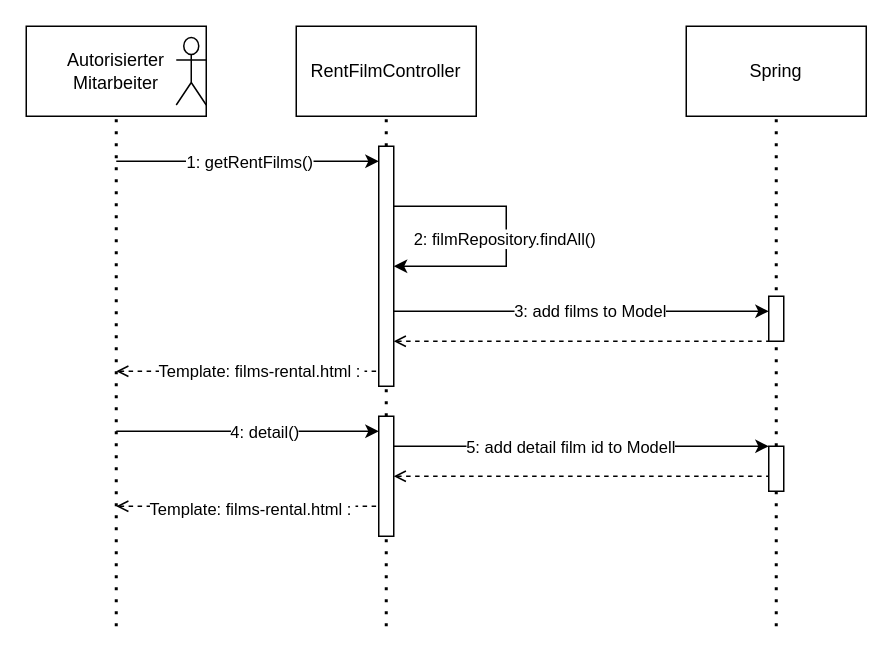
This is src/main/asciidoc/models/design/Verwaltungssystem/verwaltung_sequenz_verleih.drawio from Leonard0108/Anwendungsprogrammierung, a draw.io file, before an edit. Source tidied: cells renumbered, new cells numbered last; positions are measured from the earlier drawing's top-left corner, leaving out a move shared by most shapes. Both pictures are drawn from the tidied source at 150%, with x=0, y=0 at pixel (26, 26).
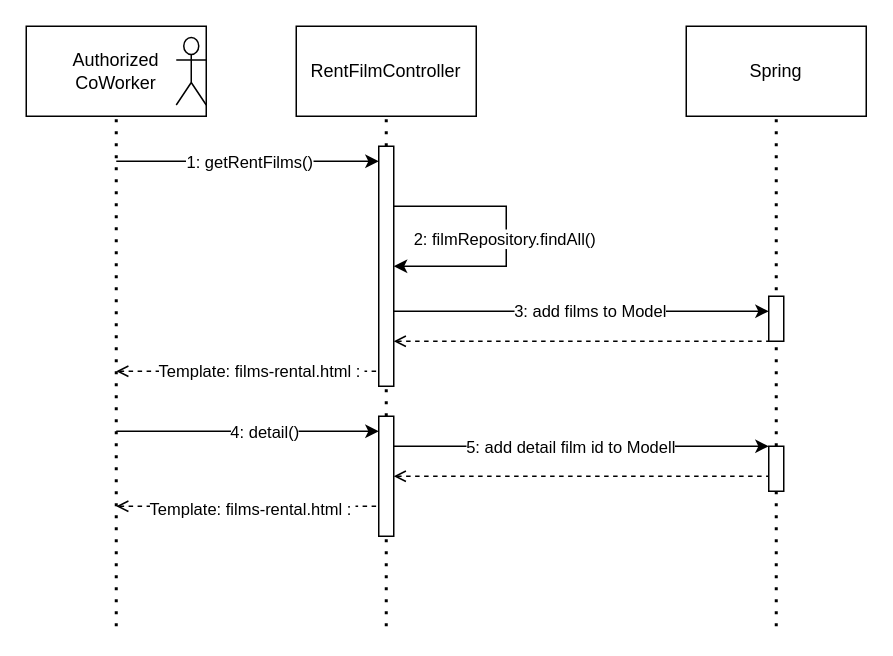
After the change.

The edit, as a diff of the source:
```diff
@@
-    <mxCell id="2" value="Autorisierter Mitarbeiter" style="rounded=0;whiteSpace=wrap;html=1;" parent="1" vertex="1">
+    <mxCell id="2" value="&lt;div&gt;Authorized&lt;/div&gt;&lt;div&gt;CoWorker&lt;/div&gt;" style="rounded=0;whiteSpace=wrap;html=1;" parent="1" vertex="1">
       <mxGeometry width="120" height="60" as="geometry" />
     </mxCell>
```
